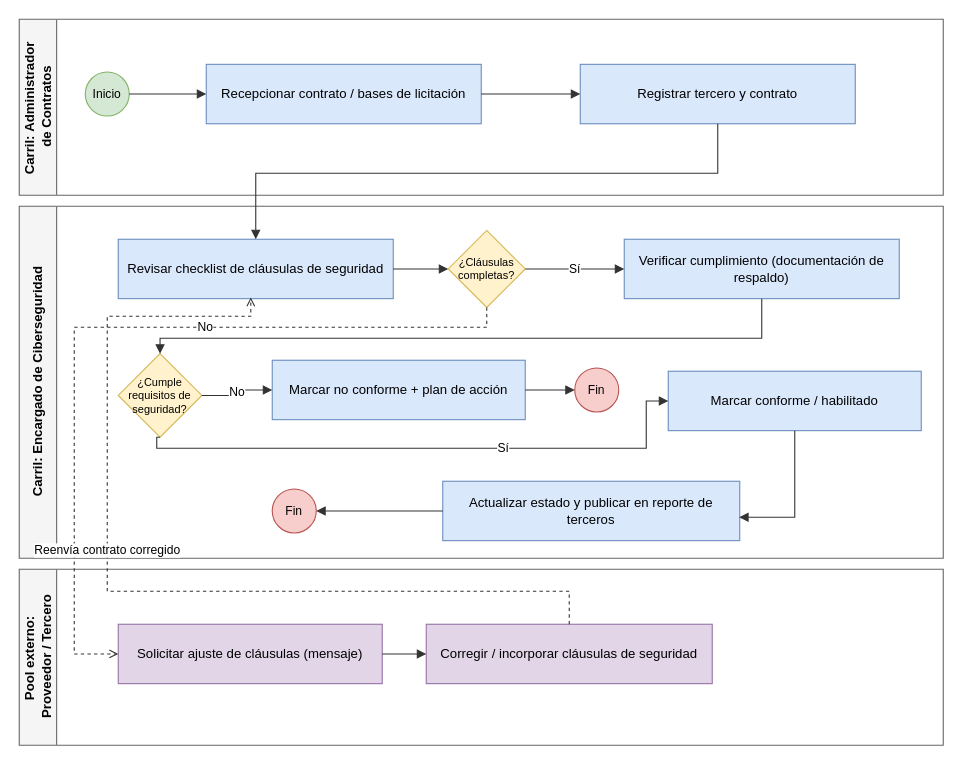
The draw.io diagram Documentacion/Entregas/U2-Desarrollo_e_Implementacion/03_bpmn/03c_proceso_terceros.drawio in pbahamondez-inacap/proyectotitulo-inacap-Pbahamondez, before the edit. Source tidied: cells renumbered, new cells numbered last; positions are measured from the earlier drawing's top-left corner, leaving out a move shared by most shapes. Both pictures are drawn from the tidied source at 110%, with x=0, y=0 at pixel (19, 19).
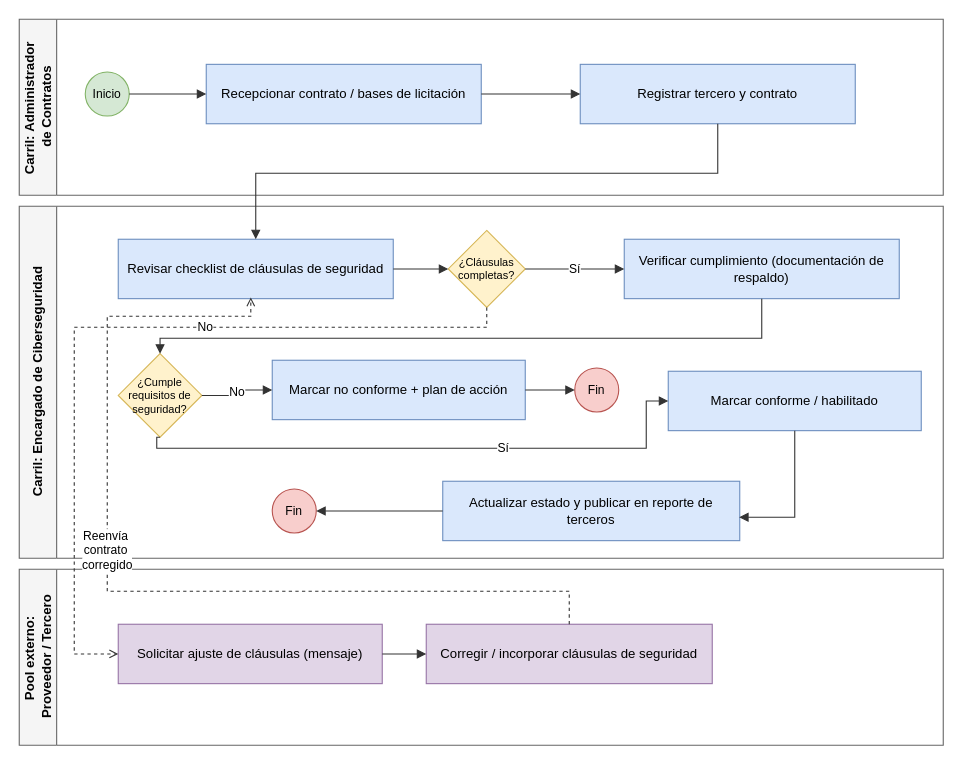
After the change.

The change refers to these unchanged cells:
```xml
<mxCell id="7" value="Revisar checklist de cláusulas de seguridad" style="rounded=0;whiteSpace=wrap;html=1;fillColor=#dae8fc;strokeColor=#6c8ebf;fontSize=12;" parent="6" vertex="1">
  <mxGeometry x="90" y="30" width="250" height="54" as="geometry" />
</mxCell>
<mxCell id="19" value="Corregir / incorporar cláusulas de seguridad" style="rounded=0;whiteSpace=wrap;html=1;fillColor=#e1d5e7;strokeColor=#9673a6;fontSize=12;" parent="17" vertex="1">
  <mxGeometry x="370" y="50" width="260" height="54" as="geometry" />
</mxCell>
```

What changed in the source:
```diff
@@
-    <mxCell id="27" value="Reenvía contrato corregido" style="edgeStyle=orthogonalEdgeStyle;rounded=0;html=1;dashed=1;endArrow=open;strokeColor=#333333;entryX=0.482;entryY=0.979;entryDx=0;entryDy=0;entryPerimeter=0;" parent="1" edge="1" source="19" target="7">
+    <mxCell id="27" value="Reenvía&amp;nbsp;&lt;div&gt;contrato&amp;nbsp;&lt;/div&gt;&lt;div&gt;&lt;span style=&quot;background-color: light-dark(#ffffff, var(--ge-dark-color, #121212)); color: light-dark(rgb(0, 0, 0), rgb(255, 255, 255));&quot;&gt;corregido&lt;/span&gt;&lt;/div&gt;" style="edgeStyle=orthogonalEdgeStyle;rounded=0;html=1;dashed=1;endArrow=open;strokeColor=#333333;entryX=0.482;entryY=0.979;entryDx=0;entryDy=0;entryPerimeter=0;" parent="1" edge="1" source="19" target="7">
       <mxGeometry x="0.15" relative="1" as="geometry">
         <Array as="points">
           <mxPoint x="500" y="520" />
           <mxPoint x="80" y="520" />
           <mxPoint x="80" y="270" />
           <mxPoint x="210.5" y="270" />
         </Array>
       </mxGeometry>
     </mxCell>
```
